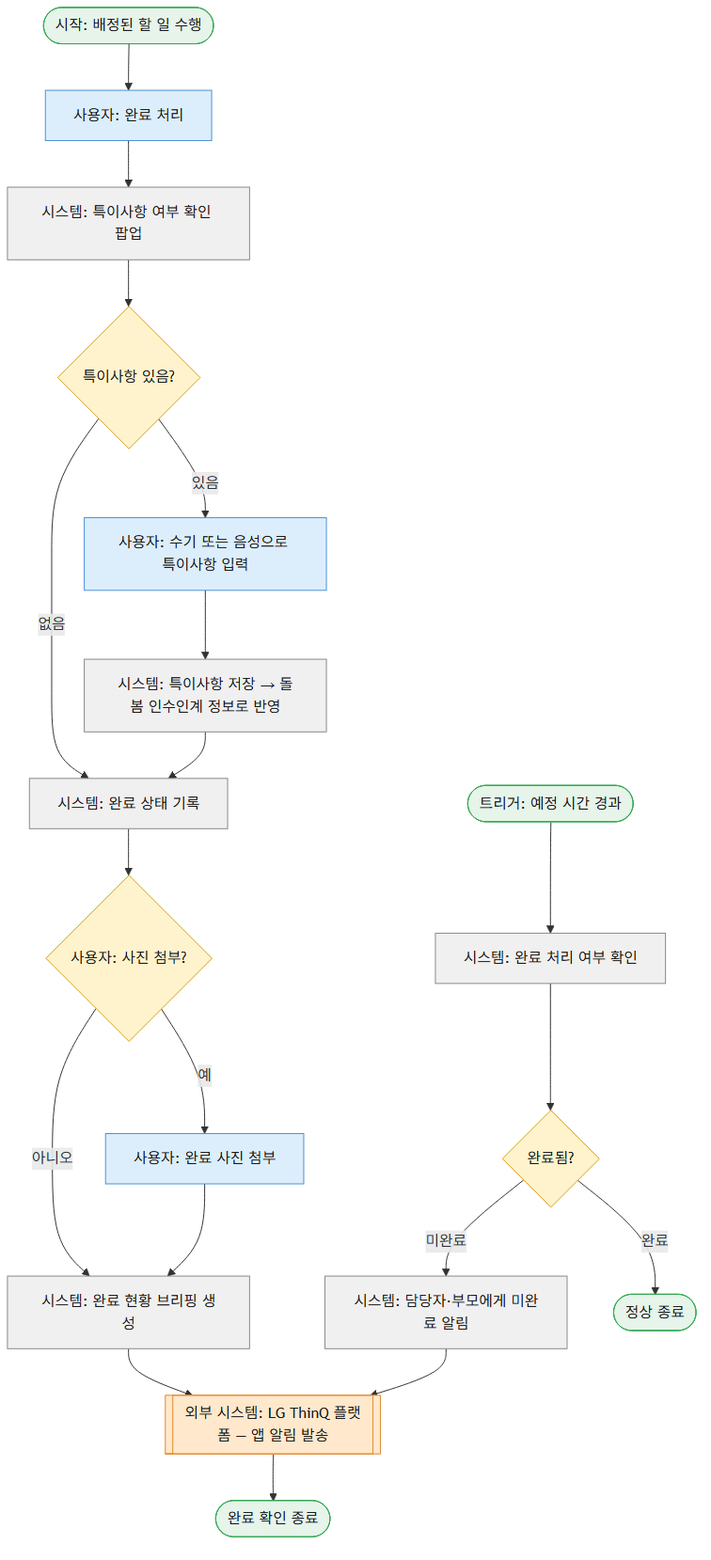
Earlier version of the Mermaid export docs/서비스흐름도/07_돌봄완료확인.png (tarcein/LGDXPJ). Its source is kept beside it as docs/서비스흐름도/07_돌봄완료확인.mmd.
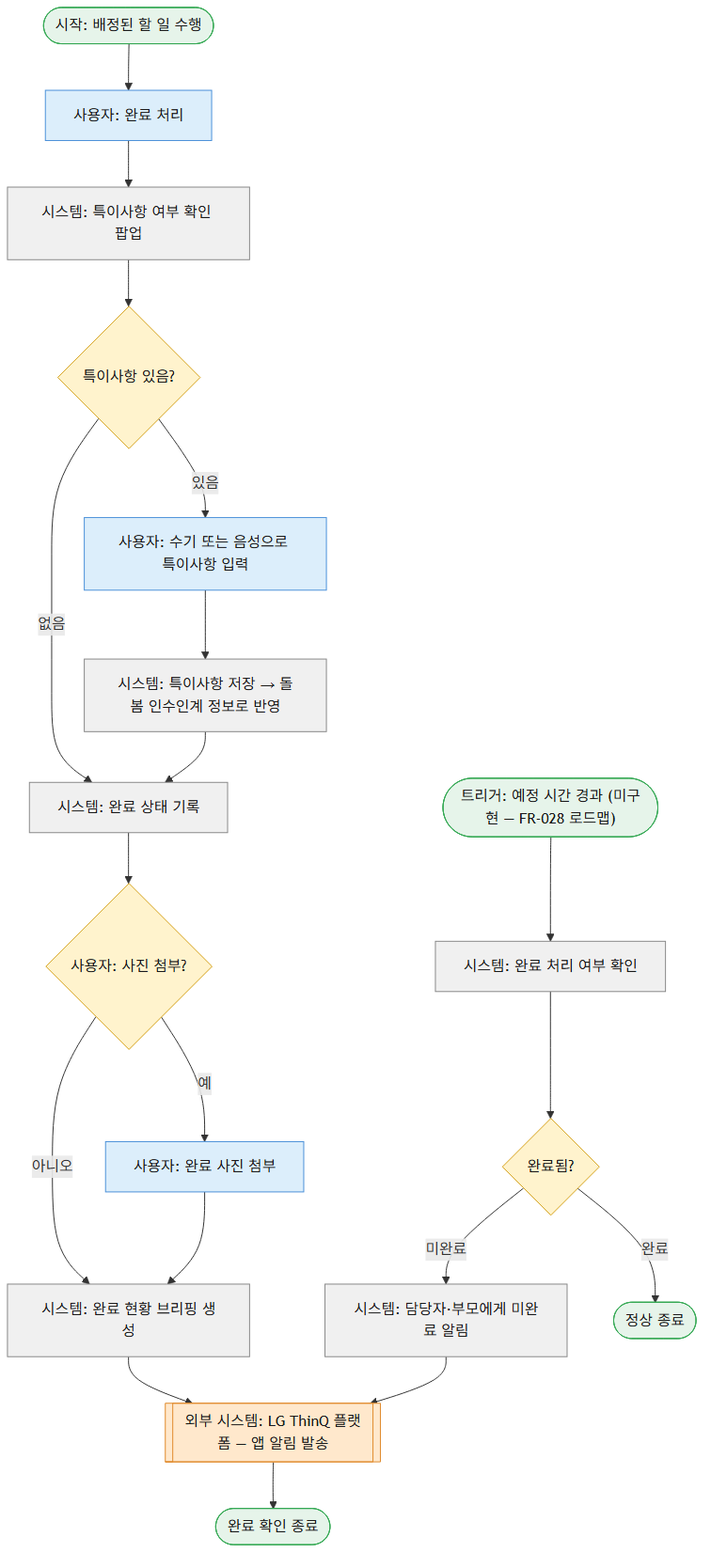
Later version of the same file.

Diff of the diagram source:
```diff
@@ -13,7 +13,7 @@
     I --> J[["외부 시스템: LG ThinQ 플랫폼 — 앱 알림 발송"]]:::external
     J --> End1(["완료 확인 종료"]):::terminal
 
-    Start2(["트리거: 예정 시간 경과"]):::terminal --> K["시스템: 완료 처리 여부 확인"]:::system
+    Start2(["트리거: 예정 시간 경과 (미구현 — FR-028 로드맵)"]):::terminal --> K["시스템: 완료 처리 여부 확인"]:::system
     K --> L{"완료됨?"}:::decision
     L -- "미완료" --> M["시스템: 담당자·부모에게 미완료 알림"]:::system
     M --> J
```
